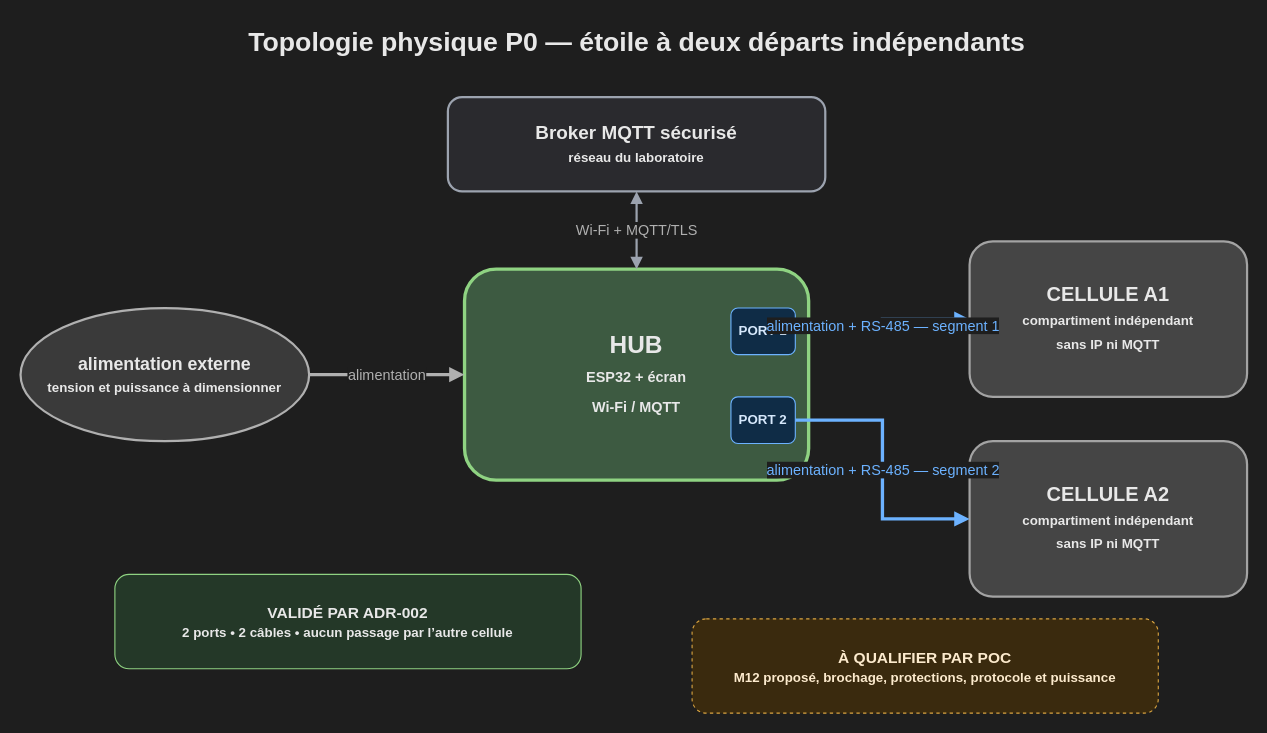
Before: docs/diagrams/architecture-physique/architecture-physique-topologie-etoile.drawio in PhilJordan18/aegis, a draw.io diagram. Source tidied: cells renumbered, new cells numbered last; positions are measured from the earlier drawing's top-left corner, leaving out a move shared by most shapes. Both pictures are drawn from the tidied source at 111%, with x=0, y=0 at pixel (20, 19).
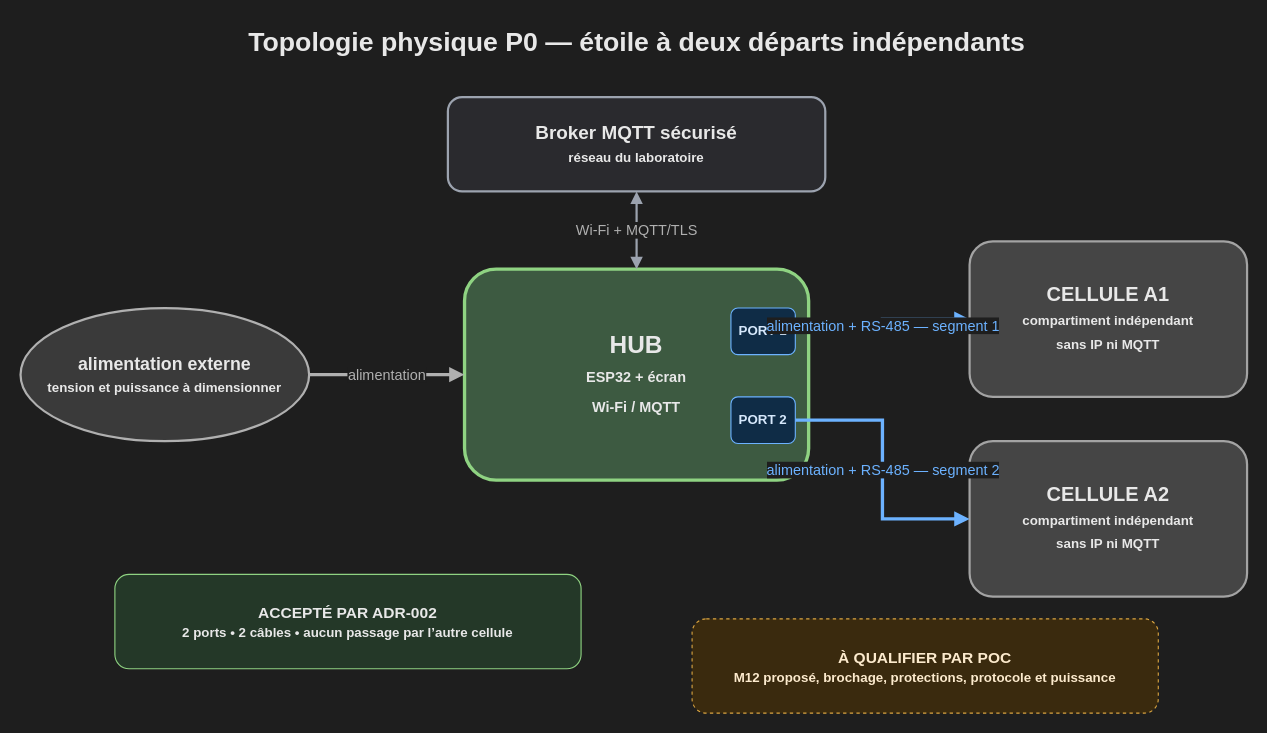
The same page after the edit.

Commit message (it also covers changes not shown here):
docs(cahier): revise design notebook synthesis and physical diagrams

The edit, as a diff of the source:
```diff
@@
 <mxGraphModel background="#1e1e1e">
   <root>
     <mxCell id="0" />
     <mxCell id="1" parent="0" />
     <mxCell id="2" value="Topologie physique P0 — étoile à deux départs indépendants" style="text;html=1;align=center;fontSize=24;fontStyle=1;fontColor=#e8e8e8;" parent="1" vertex="1">
       <mxGeometry x="135" width="840" height="40" as="geometry" />
     </mxCell>
     <mxCell id="3" value="Broker MQTT sécurisé&lt;br&gt;&lt;font style=&quot;font-size: 12px&quot;&gt;réseau du laboratoire&lt;/font&gt;" style="rounded=1;whiteSpace=wrap;html=1;fillColor=#2a2a2e;strokeColor=#9ca3af;strokeWidth=2;fontColor=#e8e8e8;fontSize=17;fontStyle=1;" parent="1" vertex="1">
       <mxGeometry x="385" y="70" width="340" height="85" as="geometry" />
     </mxCell>
     <mxCell id="4" value="alimentation externe&lt;br&gt;&lt;font style=&quot;font-size: 12px&quot;&gt;tension et puissance à dimensionner&lt;/font&gt;" style="ellipse;whiteSpace=wrap;html=1;fillColor=#3a3a3a;strokeColor=#b0b0b0;strokeWidth=2;fontColor=#e8e8e8;fontSize=16;fontStyle=1;" parent="1" vertex="1">
       <mxGeometry y="260" width="260" height="120" as="geometry" />
     </mxCell>
     <mxCell id="5" value="HUB&lt;br&gt;&lt;font style=&quot;font-size: 13px&quot;&gt;ESP32 + écran&lt;br&gt;Wi-Fi / MQTT&lt;/font&gt;" style="rounded=1;whiteSpace=wrap;html=1;fillColor=#3d5a41;strokeColor=#8fd382;strokeWidth=3;fontColor=#e8e8e8;fontSize=22;fontStyle=1;" parent="1" vertex="1">
       <mxGeometry x="400" y="225" width="310" height="190" as="geometry" />
     </mxCell>
     <mxCell id="6" value="PORT 1" style="rounded=1;whiteSpace=wrap;html=1;fillColor=#0F2C46;strokeColor=#6cb2ff;fontColor=#D6E8FB;fontSize=12;fontStyle=1;" parent="1" vertex="1">
       <mxGeometry x="640" y="260" width="58" height="42" as="geometry" />
     </mxCell>
     <mxCell id="7" value="PORT 2" style="rounded=1;whiteSpace=wrap;html=1;fillColor=#0F2C46;strokeColor=#6cb2ff;fontColor=#D6E8FB;fontSize=12;fontStyle=1;" parent="1" vertex="1">
       <mxGeometry x="640" y="340" width="58" height="42" as="geometry" />
     </mxCell>
     <mxCell id="8" value="CELLULE A1&lt;br&gt;&lt;font style=&quot;font-size: 12px&quot;&gt;compartiment indépendant&lt;br&gt;sans IP ni MQTT&lt;/font&gt;" style="rounded=1;whiteSpace=wrap;html=1;fillColor=#454545;strokeColor=#a3a3a3;strokeWidth=2;fontColor=#e8e8e8;fontSize=18;fontStyle=1;" parent="1" vertex="1">
       <mxGeometry x="855" y="200" width="250" height="140" as="geometry" />
     </mxCell>
     <mxCell id="9" value="CELLULE A2&lt;br&gt;&lt;font style=&quot;font-size: 12px&quot;&gt;compartiment indépendant&lt;br&gt;sans IP ni MQTT&lt;/font&gt;" style="rounded=1;whiteSpace=wrap;html=1;fillColor=#454545;strokeColor=#a3a3a3;strokeWidth=2;fontColor=#e8e8e8;fontSize=18;fontStyle=1;" parent="1" vertex="1">
       <mxGeometry x="855" y="380" width="250" height="140" as="geometry" />
     </mxCell>
     <mxCell id="10" value="Wi-Fi + MQTT/TLS" style="edgeStyle=orthogonalEdgeStyle;rounded=0;html=1;strokeColor=#9ca3af;strokeWidth=2;fontColor=#b0b0b0;fontSize=13;labelBackgroundColor=#1e1e1e;startArrow=block;startFill=1;endArrow=block;endFill=1;" parent="1" edge="1" source="3" target="5">
       <mxGeometry relative="1" as="geometry" />
     </mxCell>
     <mxCell id="11" value="alimentation" style="edgeStyle=orthogonalEdgeStyle;rounded=0;html=1;strokeColor=#b0b0b0;strokeWidth=3;fontColor=#b0b0b0;fontSize=13;labelBackgroundColor=#1e1e1e;endArrow=block;endFill=1;" parent="1" edge="1" source="4" target="5">
       <mxGeometry relative="1" as="geometry" />
     </mxCell>
     <mxCell id="12" value="alimentation + RS-485 — segment 1" style="edgeStyle=orthogonalEdgeStyle;rounded=0;html=1;strokeColor=#6cb2ff;strokeWidth=3;fontColor=#6cb2ff;fontSize=13;labelBackgroundColor=#1e1e1e;endArrow=block;endFill=1;" parent="1" edge="1" source="6" target="8">
       <mxGeometry relative="1" as="geometry" />
     </mxCell>
     <mxCell id="13" value="alimentation + RS-485 — segment 2" style="edgeStyle=orthogonalEdgeStyle;rounded=0;html=1;strokeColor=#6cb2ff;strokeWidth=3;fontColor=#6cb2ff;fontSize=13;labelBackgroundColor=#1e1e1e;endArrow=block;endFill=1;" parent="1" edge="1" source="7" target="9">
       <mxGeometry relative="1" as="geometry" />
     </mxCell>
-    <mxCell id="14" value="VALIDÉ PAR ADR-002&lt;br&gt;&lt;font style=&quot;font-size: 12px&quot;&gt;2 ports • 2 câbles • aucun passage par l’autre cellule&lt;/font&gt;" style="rounded=1;whiteSpace=wrap;html=1;fillColor=#243828;strokeColor=#8fd382;fontColor=#e8e8e8;fontSize=14;fontStyle=1;" parent="1" vertex="1">
+    <mxCell id="14" value="ACCEPTÉ PAR ADR-002&lt;br&gt;&lt;font style=&quot;font-size: 12px&quot;&gt;2 ports • 2 câbles • aucun passage par l’autre cellule&lt;/font&gt;" style="rounded=1;whiteSpace=wrap;html=1;fillColor=#243828;strokeColor=#8fd382;fontColor=#e8e8e8;fontSize=14;fontStyle=1;" parent="1" vertex="1">
       <mxGeometry x="85" y="500" width="420" height="85" as="geometry" />
     </mxCell>
     <mxCell id="15" value="À QUALIFIER PAR POC&lt;br&gt;&lt;font style=&quot;font-size: 12px&quot;&gt;M12 proposé, brochage, protections, protocole et puissance&lt;/font&gt;" style="rounded=1;whiteSpace=wrap;html=1;fillColor=#3a2a0e;strokeColor=#d9a441;fontColor=#fceacd;fontSize=14;fontStyle=1;dashed=1;" parent="1" vertex="1">
       <mxGeometry x="605" y="540" width="420" height="85" as="geometry" />
     </mxCell>
   </root>
 </mxGraphModel>
```
